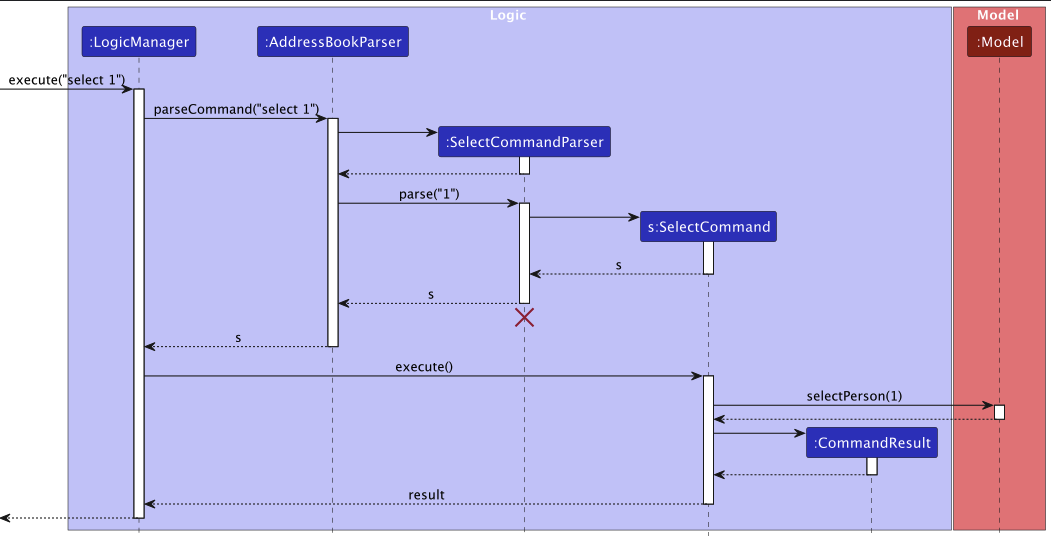
nus-cs2103-AY2223S2/tp keeps this PlantUML diagram as docs/images/SelectSequenceDiagram.png. Above is the earlier version. Its source is kept beside it as docs/diagrams/SelectSequenceDiagram.puml.
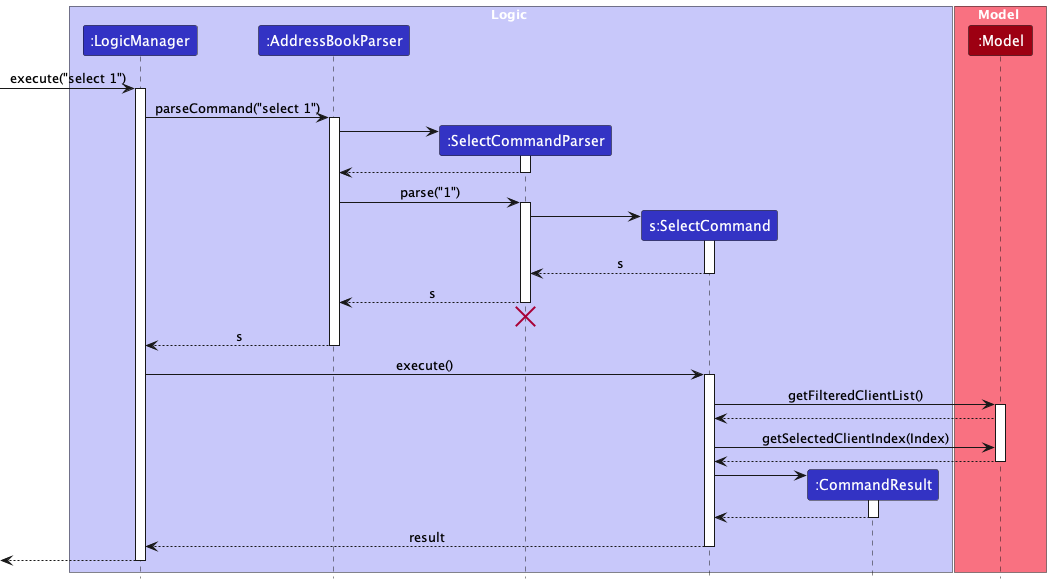
The same file after the commit.

Change to the diagram source:
```diff
@@ -47,10 +47,13 @@
 LogicManager -> SelectCommand : execute()
 activate SelectCommand
 
-SelectCommand -> Model : selectPerson(1)
+SelectCommand -> Model : getFilteredClientList()
 activate Model
+Model --> SelectCommand
 
+SelectCommand -> Model : getSelectedClientIndex(Index)
 Model --> SelectCommand
+
 deactivate Model
 
 create CommandResult
```
